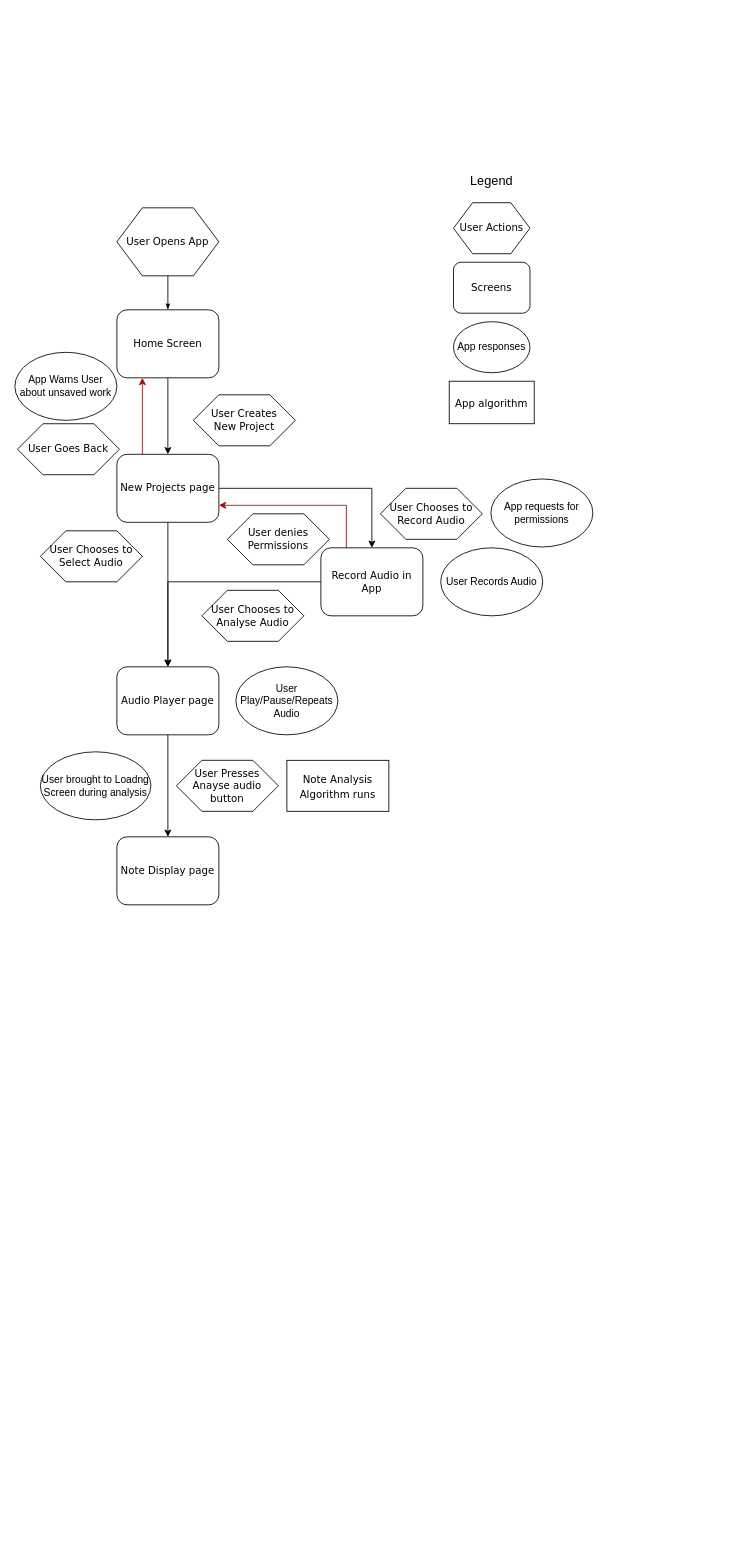
theshaydays/whistle keeps this draw.io diagram as page "User Activity Flow" (1 of 13) of User flow.drawio. Above is the earlier version. Source tidied: cells renumbered, new cells numbered last; positions are measured from the earlier drawing's top-left corner, leaving out a move shared by most shapes. Both pictures are drawn from the tidied source at 85%, with x=0, y=0 at pixel (14, 167).
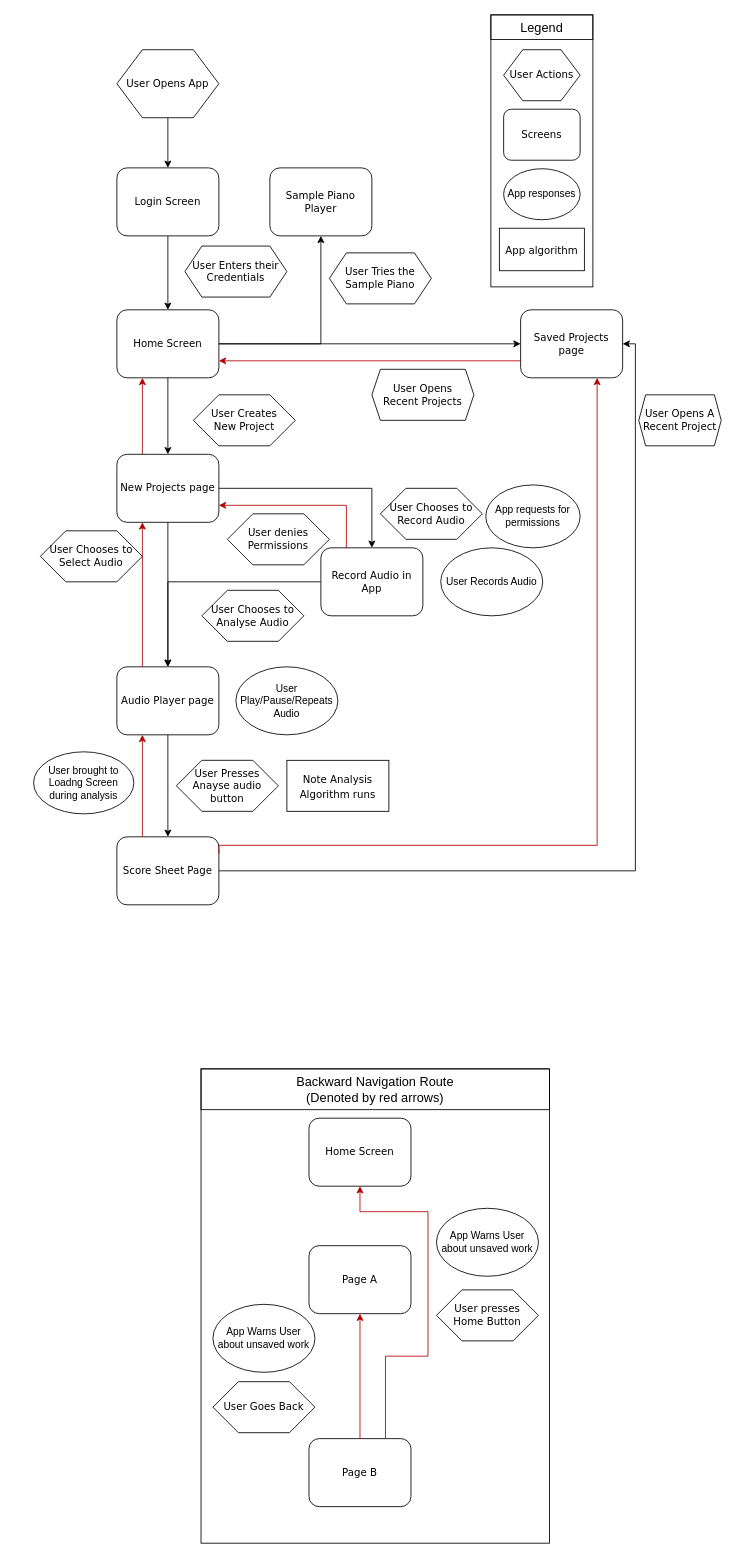
After the change.

Unchanged cells that the change refers to:
```xml
<mxCell id="5" value="Home Screen" style="rounded=1;whiteSpace=wrap;html=1;shadow=0;labelBackgroundColor=none;strokeWidth=1;fontFamily=Verdana;fontSize=12;align=center;" parent="1" vertex="1">
  <mxGeometry x="120" y="167" width="120" height="80" as="geometry" />
</mxCell>
<mxCell id="10" value="New Projects page" style="rounded=1;whiteSpace=wrap;html=1;shadow=0;labelBackgroundColor=none;strokeWidth=1;fontFamily=Verdana;fontSize=12;align=center;" parent="1" vertex="1">
  <mxGeometry x="120" y="337" width="120" height="80" as="geometry" />
</mxCell>
<mxCell id="15" value="Audio Player page" style="rounded=1;whiteSpace=wrap;html=1;shadow=0;labelBackgroundColor=none;strokeWidth=1;fontFamily=Verdana;fontSize=12;align=center;" parent="1" vertex="1">
  <mxGeometry x="120" y="587" width="120" height="80" as="geometry" />
</mxCell>
```

Change to the diagram source:
```diff
@@
-    <mxCell id="2" style="edgeStyle=orthogonalEdgeStyle;rounded=1;html=1;labelBackgroundColor=none;startArrow=none;startFill=0;startSize=5;endArrow=classicThin;endFill=1;endSize=5;jettySize=auto;strokeWidth=1;fontFamily=Verdana;fontSize=8;" parent="1" edge="1" source="3" target="5">
-      <mxGeometry relative="1" as="geometry" />
-    </mxCell>
+    <mxCell id="34" style="rounded=0;whiteSpace=wrap;html=1;fontSize=15;fontFamily=Verdana;fillColor=none;" parent="1" vertex="1">
+      <mxGeometry x="219" y="1060" width="410" height="558" as="geometry" />
+    </mxCell>
+    <mxCell id="35" style="rounded=0;whiteSpace=wrap;html=1;fontSize=15;fontFamily=Verdana;fillColor=none;" parent="1" vertex="1">
+      <mxGeometry x="560" y="-180" width="120" height="320" as="geometry" />
+    </mxCell>
+    <mxCell id="36" style="edgeStyle=orthogonalEdgeStyle;rounded=0;jettySize=auto;html=1;entryX=0.5;entryY=0;entryDx=0;entryDy=0;" parent="1" edge="1" source="3" target="41">
+      <mxGeometry relative="1" as="geometry" />
+    </mxCell>
     <mxCell id="3" value="User Opens App" style="shape=hexagon;perimeter=hexagonPerimeter;whiteSpace=wrap;html=1;rounded=0;shadow=0;labelBackgroundColor=none;strokeWidth=1;fontFamily=Verdana;fontSize=12;align=center;" parent="1" vertex="1">
-      <mxGeometry x="120" y="47" width="120" height="80" as="geometry" />
+      <mxGeometry x="120" y="-139" width="120" height="80" as="geometry" />
     </mxCell>
@@
+    <mxCell id="37" style="edgeStyle=orthogonalEdgeStyle;rounded=0;jettySize=auto;html=1;entryX=0.5;entryY=1;entryDx=0;entryDy=0;" parent="1" edge="1" source="5" target="43">
+      <mxGeometry relative="1" as="geometry" />
+    </mxCell>
+    <mxCell id="38" style="edgeStyle=orthogonalEdgeStyle;rounded=0;jettySize=auto;html=1;entryX=0;entryY=0.5;entryDx=0;entryDy=0;" parent="1" edge="1" source="5" target="44">
+      <mxGeometry relative="1" as="geometry" />
+    </mxCell>
@@
+    <mxCell id="39" style="edgeStyle=orthogonalEdgeStyle;rounded=0;jettySize=auto;html=1;entryX=1;entryY=0.5;entryDx=0;entryDy=0;fontSize=15;" parent="1" edge="1" source="16" target="44">
+      <mxGeometry relative="1" as="geometry">
+        <Array as="points">
+          <mxPoint x="730" y="827" />
+          <mxPoint x="730" y="207" />
+        </Array>
+      </mxGeometry>
+    </mxCell>
-    <mxCell id="16" value="Note Display page" style="rounded=1;whiteSpace=wrap;html=1;shadow=0;labelBackgroundColor=none;strokeWidth=1;fontFamily=Verdana;fontSize=12;align=center;" parent="1" vertex="1">
+    <mxCell id="16" value="&lt;div&gt;Score Sheet Page&lt;/div&gt;" style="rounded=1;whiteSpace=wrap;html=1;shadow=0;labelBackgroundColor=none;strokeWidth=1;fontFamily=Verdana;fontSize=12;align=center;" parent="1" vertex="1">
       <mxGeometry x="120" y="787" width="120" height="80" as="geometry" />
     </mxCell>
@@
-    <mxCell id="22" value="App requests for permissions" style="ellipse;whiteSpace=wrap;html=1;" parent="1" vertex="1">
-      <mxGeometry x="560" y="366" width="120" height="80" as="geometry" />
-    </mxCell>
@@
     <mxCell id="25" value="User brought to Loadng Screen during analysis" style="ellipse;whiteSpace=wrap;html=1;" parent="1" vertex="1">
-      <mxGeometry x="30" y="687" width="130" height="80" as="geometry" />
+      <mxGeometry x="22" y="687" width="118" height="73" as="geometry" />
     </mxCell>
-    <mxCell id="26" value="&lt;div style=&quot;font-size: 15px;&quot;&gt;&lt;font style=&quot;font-size: 15px;&quot;&gt;Legend&lt;/font&gt;&lt;/div&gt;" style="text;html=1;strokeColor=none;fillColor=none;align=center;verticalAlign=middle;whiteSpace=wrap;rounded=0;" parent="1" vertex="1">
-      <mxGeometry x="501" width="120" height="29" as="geometry" />
+    <mxCell id="26" value="&lt;div style=&quot;font-size: 15px;&quot;&gt;&lt;font style=&quot;font-size: 15px;&quot;&gt;Legend&lt;/font&gt;&lt;/div&gt;" style="text;html=1;strokeColor=default;fillColor=none;align=center;verticalAlign=middle;whiteSpace=wrap;rounded=0;perimeterSpacing=9;" parent="1" vertex="1">
+      <mxGeometry x="560" y="-180" width="120" height="29" as="geometry" />
     </mxCell>
     <mxCell id="27" value="User Actions" style="shape=hexagon;perimeter=hexagonPerimeter;whiteSpace=wrap;html=1;rounded=0;shadow=0;labelBackgroundColor=none;strokeWidth=1;fontFamily=Verdana;fontSize=12;align=center;" parent="1" vertex="1">
-      <mxGeometry x="516" y="41" width="90" height="60" as="geometry" />
+      <mxGeometry x="575" y="-139" width="90" height="60" as="geometry" />
     </mxCell>
     <mxCell id="28" value="Screens" style="rounded=1;whiteSpace=wrap;html=1;shadow=0;labelBackgroundColor=none;strokeWidth=1;fontFamily=Verdana;fontSize=12;align=center;" parent="1" vertex="1">
-      <mxGeometry x="516" y="111" width="90" height="60" as="geometry" />
+      <mxGeometry x="575" y="-69" width="90" height="60" as="geometry" />
     </mxCell>
-    <mxCell id="29" value="App responses" style="ellipse;whiteSpace=wrap;html=1;" parent="1" vertex="1">
-      <mxGeometry x="516" y="181" width="90" height="60" as="geometry" />
-    </mxCell>
     <mxCell id="30" value="User Goes Back" style="shape=hexagon;perimeter=hexagonPerimeter;whiteSpace=wrap;html=1;rounded=0;shadow=0;labelBackgroundColor=none;strokeWidth=1;fontFamily=Verdana;fontSize=12;align=center;" parent="1" vertex="1">
-      <mxGeometry x="3" y="301" width="120" height="60" as="geometry" />
+      <mxGeometry x="233" y="1428" width="120" height="60" as="geometry" />
     </mxCell>
     <mxCell id="31" value="App Warns User about unsaved work" style="ellipse;whiteSpace=wrap;html=1;" parent="1" vertex="1">
-      <mxGeometry y="217" width="120" height="80" as="geometry" />
+      <mxGeometry x="233" y="1337" width="120" height="80" as="geometry" />
     </mxCell>
@@
+    <mxCell id="40" style="edgeStyle=orthogonalEdgeStyle;rounded=0;jettySize=auto;html=1;entryX=0.5;entryY=0;entryDx=0;entryDy=0;" parent="1" edge="1" source="41" target="5">
+      <mxGeometry relative="1" as="geometry" />
+    </mxCell>
+    <mxCell id="41" value="Login Screen" style="rounded=1;whiteSpace=wrap;html=1;shadow=0;labelBackgroundColor=none;strokeWidth=1;fontFamily=Verdana;fontSize=12;align=center;" parent="1" vertex="1">
+      <mxGeometry x="120" width="120" height="80" as="geometry" />
+    </mxCell>
+    <mxCell id="42" value="User Enters their Credentials" style="shape=hexagon;perimeter=hexagonPerimeter;whiteSpace=wrap;html=1;rounded=0;shadow=0;labelBackgroundColor=none;strokeWidth=1;fontFamily=Verdana;fontSize=12;align=center;size=0.16666666666666666;" parent="1" vertex="1">
+      <mxGeometry x="200" y="92" width="120" height="60" as="geometry" />
+    </mxCell>
+    <mxCell id="43" value="Sample Piano Player" style="rounded=1;whiteSpace=wrap;html=1;shadow=0;labelBackgroundColor=none;strokeWidth=1;fontFamily=Verdana;fontSize=12;align=center;" parent="1" vertex="1">
+      <mxGeometry x="300" width="120" height="80" as="geometry" />
+    </mxCell>
+    <mxCell id="44" value="Saved Projects page" style="rounded=1;whiteSpace=wrap;html=1;shadow=0;labelBackgroundColor=none;strokeWidth=1;fontFamily=Verdana;fontSize=12;align=center;" parent="1" vertex="1">
+      <mxGeometry x="595" y="167" width="120" height="80" as="geometry" />
+    </mxCell>
+    <mxCell id="29" value="App responses" style="ellipse;whiteSpace=wrap;html=1;" parent="1" vertex="1">
+      <mxGeometry x="575" y="1" width="90" height="60" as="geometry" />
+    </mxCell>
     <mxCell id="33" value="&lt;font style=&quot;font-size: 12px;&quot;&gt;App algorithm&lt;br&gt;&lt;/font&gt;" style="rounded=0;whiteSpace=wrap;html=1;fontSize=15;fontFamily=Verdana;" parent="1" vertex="1">
-      <mxGeometry x="511" y="251" width="100" height="50" as="geometry" />
+      <mxGeometry x="570" y="71" width="100" height="50" as="geometry" />
     </mxCell>
+    <mxCell id="45" value="User Tries the Sample Piano" style="shape=hexagon;perimeter=hexagonPerimeter;whiteSpace=wrap;html=1;rounded=0;shadow=0;labelBackgroundColor=none;strokeWidth=1;fontFamily=Verdana;fontSize=12;align=center;size=0.16666666666666666;" parent="1" vertex="1">
+      <mxGeometry x="370" y="100" width="120" height="60" as="geometry" />
+    </mxCell>
+    <mxCell id="22" value="App requests for permissions" style="ellipse;whiteSpace=wrap;html=1;" parent="1" vertex="1">
+      <mxGeometry x="554" y="373" width="111" height="74" as="geometry" />
+    </mxCell>
+    <mxCell id="46" value="User Opens A Recent Project" style="shape=hexagon;perimeter=hexagonPerimeter;whiteSpace=wrap;html=1;rounded=0;shadow=0;labelBackgroundColor=none;strokeWidth=1;fontFamily=Verdana;fontSize=12;align=center;size=0.08333333333333333;" parent="1" vertex="1">
+      <mxGeometry x="734" y="267" width="97" height="60" as="geometry" />
+    </mxCell>
+    <mxCell id="47" value="&lt;div&gt;User Opens &lt;br&gt;&lt;/div&gt;&lt;div&gt;Recent Projects&lt;/div&gt;" style="shape=hexagon;perimeter=hexagonPerimeter;whiteSpace=wrap;html=1;rounded=0;shadow=0;labelBackgroundColor=none;strokeWidth=1;fontFamily=Verdana;fontSize=12;align=center;size=0.08333333333333333;" parent="1" vertex="1">
+      <mxGeometry x="420" y="237" width="120" height="60" as="geometry" />
+    </mxCell>
+    <mxCell id="48" style="edgeStyle=orthogonalEdgeStyle;rounded=0;jettySize=auto;html=1;exitX=0;exitY=0.75;exitDx=0;exitDy=0;entryX=1;entryY=0.75;entryDx=0;entryDy=0;fontSize=15;fillColor=#e51400;strokeColor=#B20000;" parent="1" edge="1" source="44" target="5">
+      <mxGeometry relative="1" as="geometry" />
+    </mxCell>
+    <mxCell id="49" value="Page A" style="rounded=1;whiteSpace=wrap;html=1;shadow=0;labelBackgroundColor=none;strokeWidth=1;fontFamily=Verdana;fontSize=12;align=center;" parent="1" vertex="1">
+      <mxGeometry x="346" y="1268" width="120" height="80" as="geometry" />
+    </mxCell>
+    <mxCell id="50" value="Page B" style="rounded=1;whiteSpace=wrap;html=1;shadow=0;labelBackgroundColor=none;strokeWidth=1;fontFamily=Verdana;fontSize=12;align=center;" parent="1" vertex="1">
+      <mxGeometry x="346" y="1495" width="120" height="80" as="geometry" />
+    </mxCell>
+    <mxCell id="51" style="edgeStyle=orthogonalEdgeStyle;rounded=0;jettySize=auto;html=1;exitX=0.5;exitY=0;exitDx=0;exitDy=0;entryX=0.5;entryY=1;entryDx=0;entryDy=0;fontSize=15;fillColor=#e51400;strokeColor=#B20000;" parent="1" edge="1" source="50" target="49">
+      <mxGeometry relative="1" as="geometry" />
+    </mxCell>
+    <mxCell id="52" value="&lt;div&gt;User presses &lt;br&gt;&lt;/div&gt;&lt;div&gt;Home Button&lt;/div&gt;" style="shape=hexagon;perimeter=hexagonPerimeter;whiteSpace=wrap;html=1;rounded=0;shadow=0;labelBackgroundColor=none;strokeWidth=1;fontFamily=Verdana;fontSize=12;align=center;" parent="1" vertex="1">
+      <mxGeometry x="496" y="1320" width="120" height="60" as="geometry" />
+    </mxCell>
+    <mxCell id="53" value="App Warns User about unsaved work" style="ellipse;whiteSpace=wrap;html=1;" parent="1" vertex="1">
+      <mxGeometry x="496" y="1224" width="120" height="80" as="geometry" />
+    </mxCell>
+    <mxCell id="54" value="&lt;div&gt;&lt;font style=&quot;font-size: 15px;&quot;&gt;Backward Navigation Route &lt;br&gt;&lt;/font&gt;&lt;/div&gt;&lt;div&gt;&lt;font style=&quot;font-size: 15px;&quot;&gt;(Denoted by red arrows)&lt;br&gt;&lt;/font&gt;&lt;/div&gt;" style="text;html=1;strokeColor=default;fillColor=none;align=center;verticalAlign=middle;whiteSpace=wrap;rounded=0;perimeterSpacing=9;" parent="1" vertex="1">
+      <mxGeometry x="219" y="1060" width="410" height="48" as="geometry" />
+    </mxCell>
+    <mxCell id="55" style="edgeStyle=orthogonalEdgeStyle;rounded=0;jettySize=auto;html=1;exitX=0.25;exitY=0;exitDx=0;exitDy=0;entryX=0.25;entryY=1;entryDx=0;entryDy=0;fontSize=15;fillColor=#e51400;strokeColor=#B20000;" parent="1" edge="1" source="15" target="10">
+      <mxGeometry relative="1" as="geometry" />
+    </mxCell>
+    <mxCell id="56" value="Home Screen" style="rounded=1;whiteSpace=wrap;html=1;shadow=0;labelBackgroundColor=none;strokeWidth=1;fontFamily=Verdana;fontSize=12;align=center;" parent="1" vertex="1">
+      <mxGeometry x="346" y="1118" width="120" height="80" as="geometry" />
+    </mxCell>
+    <mxCell id="57" style="edgeStyle=orthogonalEdgeStyle;rounded=0;jettySize=auto;html=1;entryX=0.5;entryY=1;entryDx=0;entryDy=0;fontSize=15;fillColor=#e51400;strokeColor=#B20000;exitX=0.75;exitY=0;exitDx=0;exitDy=0;" parent="1" edge="1" source="50" target="56">
+      <mxGeometry relative="1" as="geometry">
+        <Array as="points">
+          <mxPoint x="436" y="1398" />
+          <mxPoint x="486" y="1398" />
+          <mxPoint x="486" y="1228" />
+          <mxPoint x="406" y="1228" />
+        </Array>
+      </mxGeometry>
+    </mxCell>
+    <mxCell id="58" style="edgeStyle=orthogonalEdgeStyle;rounded=0;jettySize=auto;html=1;exitX=0.25;exitY=0;exitDx=0;exitDy=0;entryX=0.25;entryY=1;entryDx=0;entryDy=0;fontSize=15;fillColor=#e51400;strokeColor=#B20000;" parent="1" edge="1" source="16" target="15">
+      <mxGeometry relative="1" as="geometry" />
+    </mxCell>
+    <mxCell id="59" style="edgeStyle=orthogonalEdgeStyle;rounded=0;jettySize=auto;html=1;exitX=1;exitY=0.25;exitDx=0;exitDy=0;entryX=0.75;entryY=1;entryDx=0;entryDy=0;fontSize=15;fillColor=#e51400;strokeColor=#B20000;" parent="1" edge="1" source="16" target="44">
+      <mxGeometry relative="1" as="geometry">
+        <Array as="points">
+          <mxPoint x="240" y="797" />
+          <mxPoint x="685" y="797" />
+        </Array>
+      </mxGeometry>
+    </mxCell>
```
